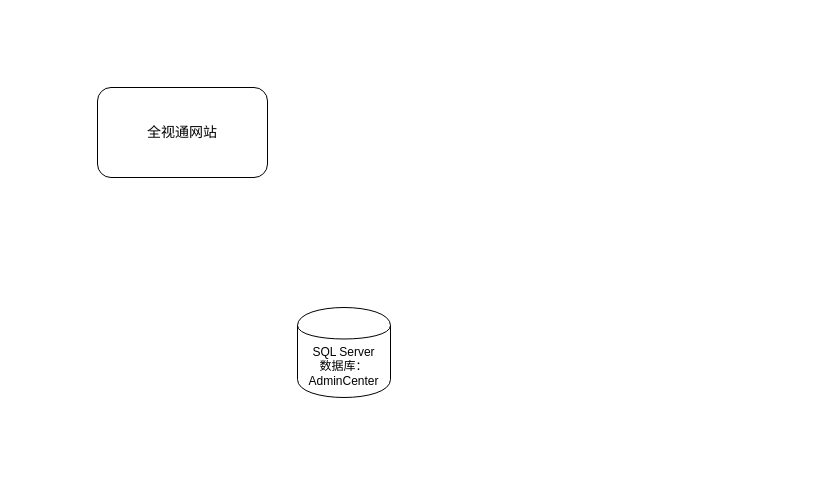
Earlier version of the draw.io diagram xinch.drawio (jeffmacn/myjava). Source tidied: cells renumbered, new cells numbered last; positions are measured from the earlier drawing's top-left corner, leaving out a move shared by most shapes. Both pictures are drawn from the tidied source at 100%, with x=0, y=0 at pixel (97, 87).
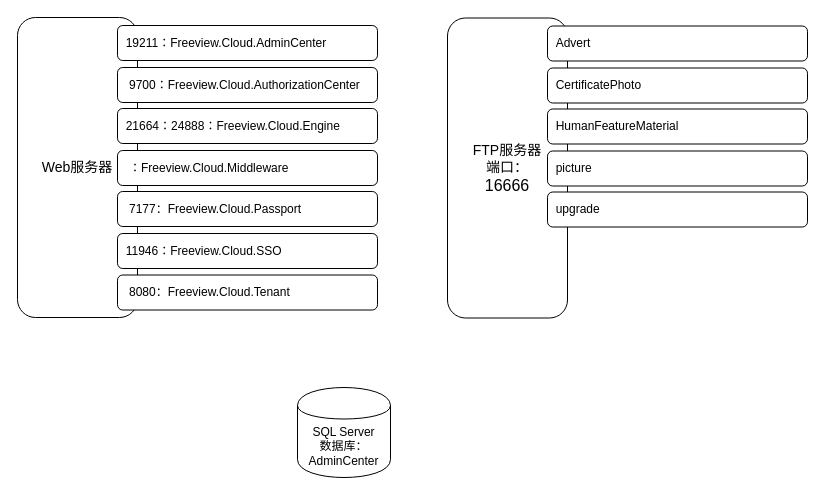
Above is the later version.

Change to the diagram source:
```diff
@@
 <mxGraphModel>
   <root>
     <mxCell id="0" />
     <mxCell id="1" parent="0" />
     <mxCell id="2" value="SQL Server&lt;br&gt;数据库：AdminCenter" style="shape=cylinder;whiteSpace=wrap;html=1;boundedLbl=1;backgroundOutline=1;" parent="1" vertex="1">
-      <mxGeometry x="200" y="220" width="93" height="90" as="geometry" />
+      <mxGeometry x="200" y="300" width="93" height="90" as="geometry" />
     </mxCell>
-    <mxCell id="3" value="&lt;span style=&quot;font-size: 10.5pt&quot;&gt;全视通网站&lt;/span&gt;" style="rounded=1;whiteSpace=wrap;html=1;" parent="1" vertex="1">
-      <mxGeometry width="170" height="90" as="geometry" />
+    <mxCell id="3" value="&lt;span style=&quot;font-size: 10.5pt&quot;&gt;Web服务器&lt;br&gt;&lt;/span&gt;" style="rounded=1;whiteSpace=wrap;html=1;" parent="1" vertex="1">
+      <mxGeometry x="-80" y="-70" width="120" height="300" as="geometry" />
     </mxCell>
+    <mxCell id="4" value="&amp;nbsp;&amp;nbsp;&lt;span lang=&quot;EN-US&quot; style=&quot;font-size: 12px;&quot;&gt;19211：&lt;/span&gt;Freeview.Cloud.AdminCenter" style="rounded=1;whiteSpace=wrap;html=1;align=left;fontSize=12;" parent="1" vertex="1">
+      <mxGeometry x="20" y="-62" width="260" height="35" as="geometry" />
+    </mxCell>
+    <mxCell id="5" value="&amp;nbsp; &amp;nbsp;&lt;span lang=&quot;EN-US&quot; style=&quot;font-size: 12px&quot;&gt;9700：&lt;/span&gt;Freeview.Cloud.AuthorizationCenter" style="rounded=1;whiteSpace=wrap;html=1;align=left;fontSize=12;" parent="1" vertex="1">
+      <mxGeometry x="20" y="-20" width="260" height="35" as="geometry" />
+    </mxCell>
+    <mxCell id="6" value="&amp;nbsp;&amp;nbsp;&lt;span lang=&quot;EN-US&quot; style=&quot;font-size: 12px&quot;&gt;21664：24888：&lt;/span&gt;Freeview.Cloud.Engine" style="rounded=1;whiteSpace=wrap;html=1;align=left;fontSize=12;" parent="1" vertex="1">
+      <mxGeometry x="20" y="21" width="260" height="35" as="geometry" />
+    </mxCell>
+    <mxCell id="7" value="&amp;nbsp; &amp;nbsp;&lt;span lang=&quot;EN-US&quot; style=&quot;font-size: 12px&quot;&gt;：&lt;/span&gt;Freeview.Cloud.Middleware" style="rounded=1;whiteSpace=wrap;html=1;align=left;fontSize=12;" parent="1" vertex="1">
+      <mxGeometry x="20" y="63" width="260" height="35" as="geometry" />
+    </mxCell>
+    <mxCell id="8" value="&amp;nbsp; &amp;nbsp;7177：Freeview.Cloud.Passport" style="rounded=1;whiteSpace=wrap;html=1;align=left;" parent="1" vertex="1">
+      <mxGeometry x="20" y="104" width="260" height="35" as="geometry" />
+    </mxCell>
+    <mxCell id="9" value="&amp;nbsp;&amp;nbsp;&lt;span lang=&quot;EN-US&quot; style=&quot;font-size: 12px;&quot;&gt;11946：&lt;/span&gt;Freeview.Cloud.SSO" style="rounded=1;whiteSpace=wrap;html=1;align=left;fontSize=12;" parent="1" vertex="1">
+      <mxGeometry x="20" y="146" width="260" height="35" as="geometry" />
+    </mxCell>
+    <mxCell id="10" value="&amp;nbsp; &amp;nbsp;8080：Freeview.Cloud.Tenant" style="rounded=1;whiteSpace=wrap;html=1;align=left;" parent="1" vertex="1">
+      <mxGeometry x="20" y="187.5" width="260" height="35" as="geometry" />
+    </mxCell>
+    <mxCell id="11" value="&lt;span style=&quot;font-size: 10.5pt&quot;&gt;FTP服务器&lt;br&gt;端口：&lt;br&gt;&lt;/span&gt;&lt;span lang=&quot;EN-US&quot; style=&quot;font-size: 12.0pt&quot;&gt;16666&lt;/span&gt;&lt;span style=&quot;font-size: 10.5pt&quot;&gt;&lt;br&gt;&lt;/span&gt;" style="rounded=1;whiteSpace=wrap;html=1;" parent="1" vertex="1">
+      <mxGeometry x="350" y="-69.5" width="120" height="300" as="geometry" />
+    </mxCell>
+    <mxCell id="12" value="&amp;nbsp;&amp;nbsp;&lt;span style=&quot;white-space: nowrap&quot;&gt;Advert&lt;/span&gt;" style="rounded=1;whiteSpace=wrap;html=1;align=left;" parent="1" vertex="1">
+      <mxGeometry x="450" y="-61.5" width="260" height="35" as="geometry" />
+    </mxCell>
+    <mxCell id="13" value="&amp;nbsp;&amp;nbsp;&lt;span style=&quot;white-space: nowrap&quot;&gt;CertificatePhoto&lt;/span&gt;" style="rounded=1;whiteSpace=wrap;html=1;align=left;" parent="1" vertex="1">
+      <mxGeometry x="450" y="-19.5" width="260" height="35" as="geometry" />
+    </mxCell>
+    <mxCell id="14" value="&lt;span style=&quot;white-space: nowrap&quot;&gt;&amp;nbsp; HumanFeatureMaterial&lt;/span&gt;" style="rounded=1;whiteSpace=wrap;html=1;align=left;" parent="1" vertex="1">
+      <mxGeometry x="450" y="21.5" width="260" height="35" as="geometry" />
+    </mxCell>
+    <mxCell id="15" value="&amp;nbsp;&amp;nbsp;&lt;span style=&quot;white-space: nowrap&quot;&gt;picture&lt;/span&gt;" style="rounded=1;whiteSpace=wrap;html=1;align=left;" parent="1" vertex="1">
+      <mxGeometry x="450" y="63.5" width="260" height="35" as="geometry" />
+    </mxCell>
+    <mxCell id="16" value="&amp;nbsp;&amp;nbsp;&lt;span style=&quot;white-space: nowrap&quot;&gt;upgrade&lt;/span&gt;" style="rounded=1;whiteSpace=wrap;html=1;align=left;" parent="1" vertex="1">
+      <mxGeometry x="450" y="104.5" width="260" height="35" as="geometry" />
+    </mxCell>
   </root>
 </mxGraphModel>
```
